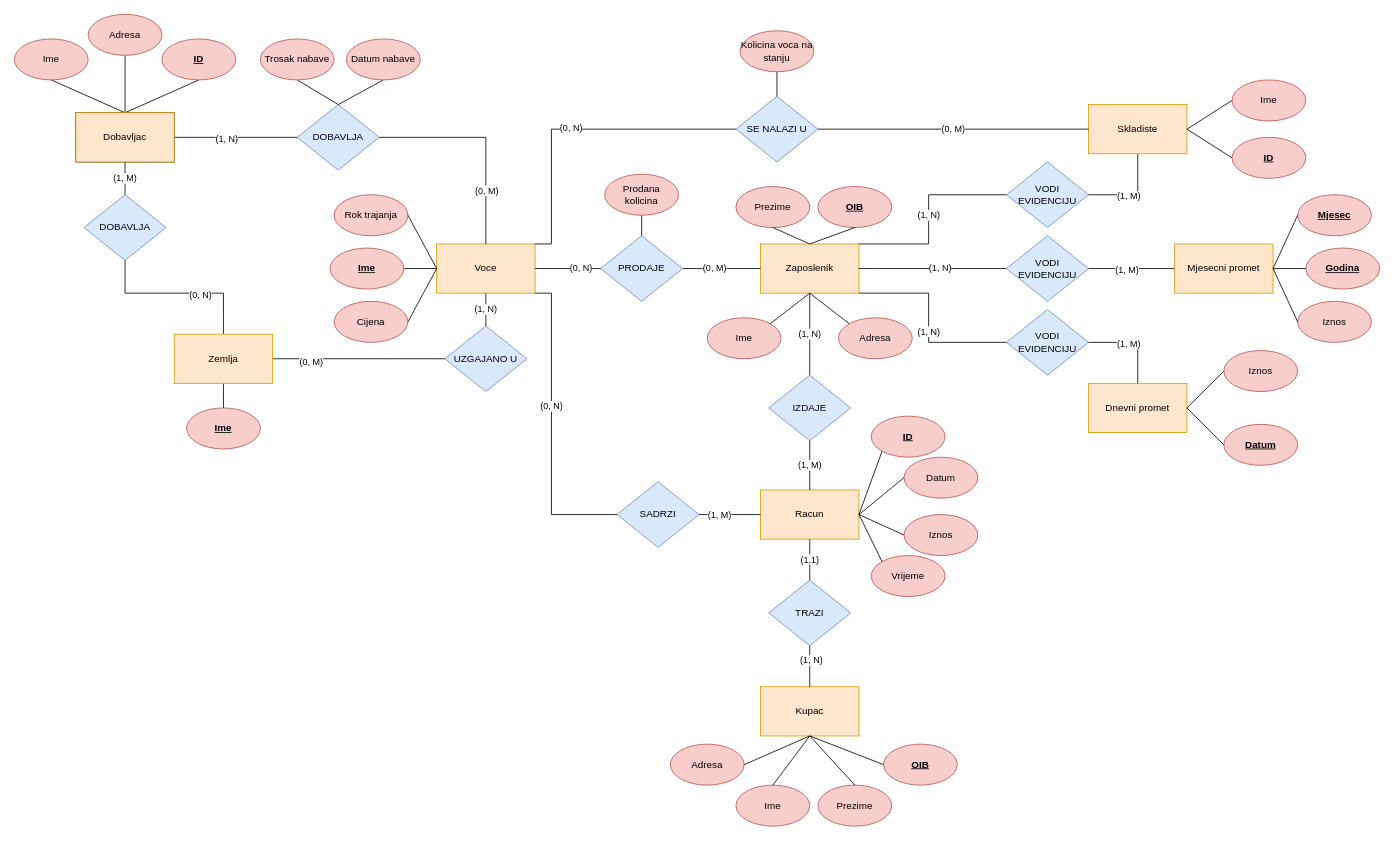
Above: VocarnaPopravljena.drawio in abotica/Baze-podataka (draw.io), before the change. Source tidied: cells renumbered, new cells numbered last; positions are measured from the earlier drawing's top-left corner, leaving out a move shared by most shapes. Both pictures are drawn from the tidied source at 82%, with x=0, y=0 at pixel (14, 14).
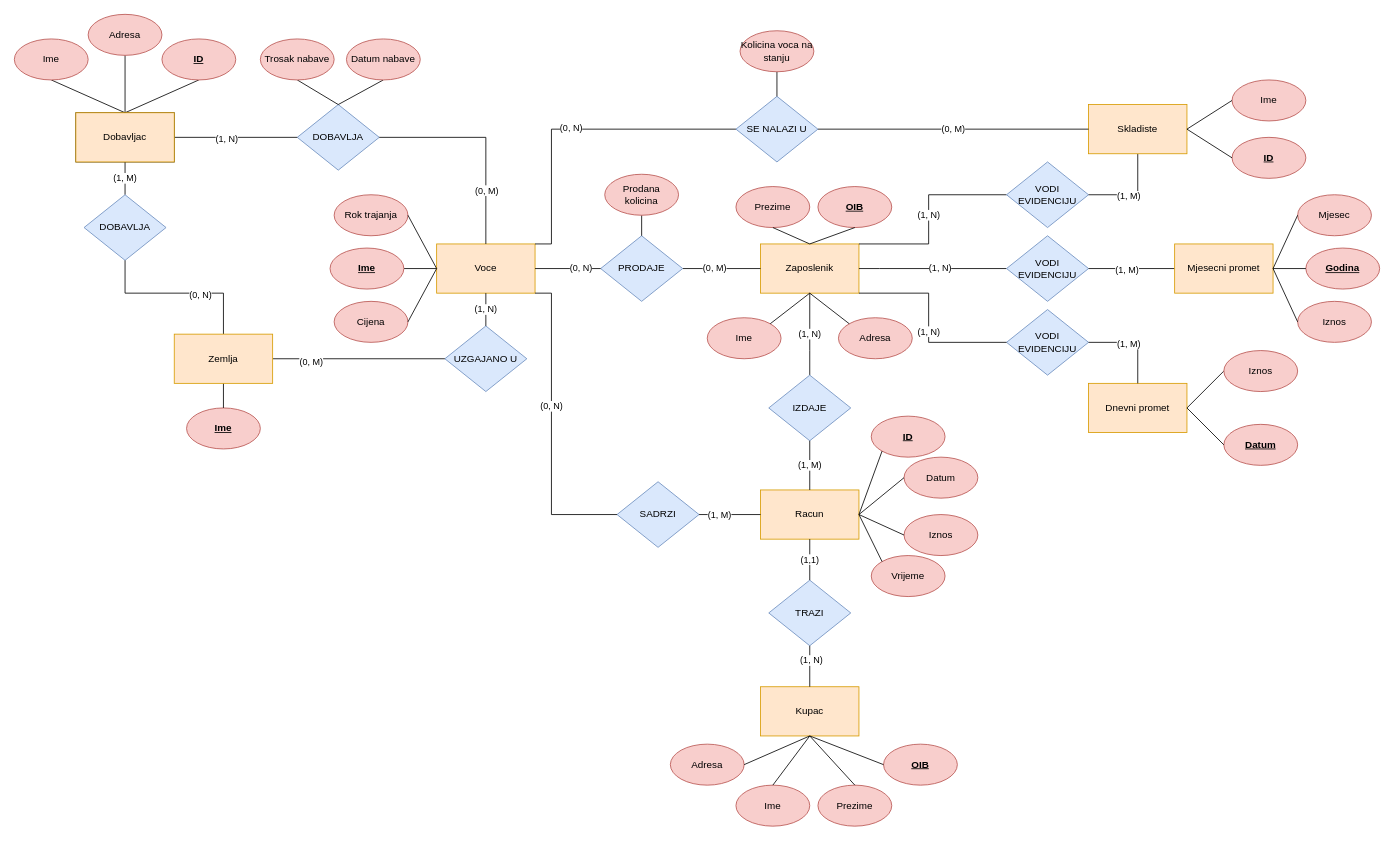
The same page after the edit.

Diff of the diagram source:
```diff
@@
-    <mxCell id="97" value="&lt;u&gt;&lt;b&gt;Mjesec&lt;/b&gt;&lt;/u&gt;" style="ellipse;whiteSpace=wrap;html=1;flipV=1;flipH=0;direction=east;fillColor=#f8cecc;strokeColor=#b85450;" parent="1" vertex="1">
+    <mxCell id="97" value="Mjesec" style="ellipse;whiteSpace=wrap;html=1;flipV=1;flipH=0;direction=east;fillColor=#f8cecc;strokeColor=#b85450;" parent="1" vertex="1">
       <mxGeometry x="1565" y="220" width="90" height="50" as="geometry" />
     </mxCell>
```
